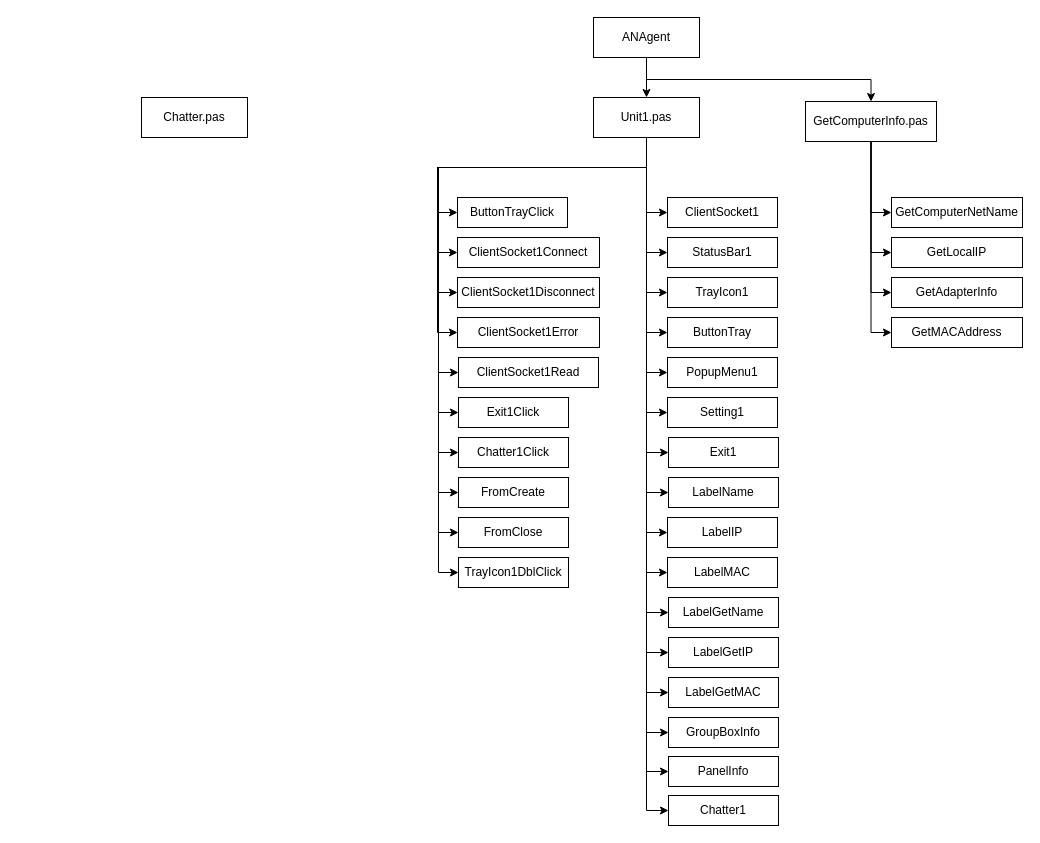
Before: page "Страница 1" (1 of 2) of Структура ПО.drawio in OhotnikovV/AvIS, a draw.io diagram. Source tidied: cells renumbered, new cells numbered last; positions are measured from the earlier drawing's top-left corner, leaving out a move shared by most shapes. Both pictures are drawn from the tidied source at 100%, with x=0, y=0 at pixel (141, 17).
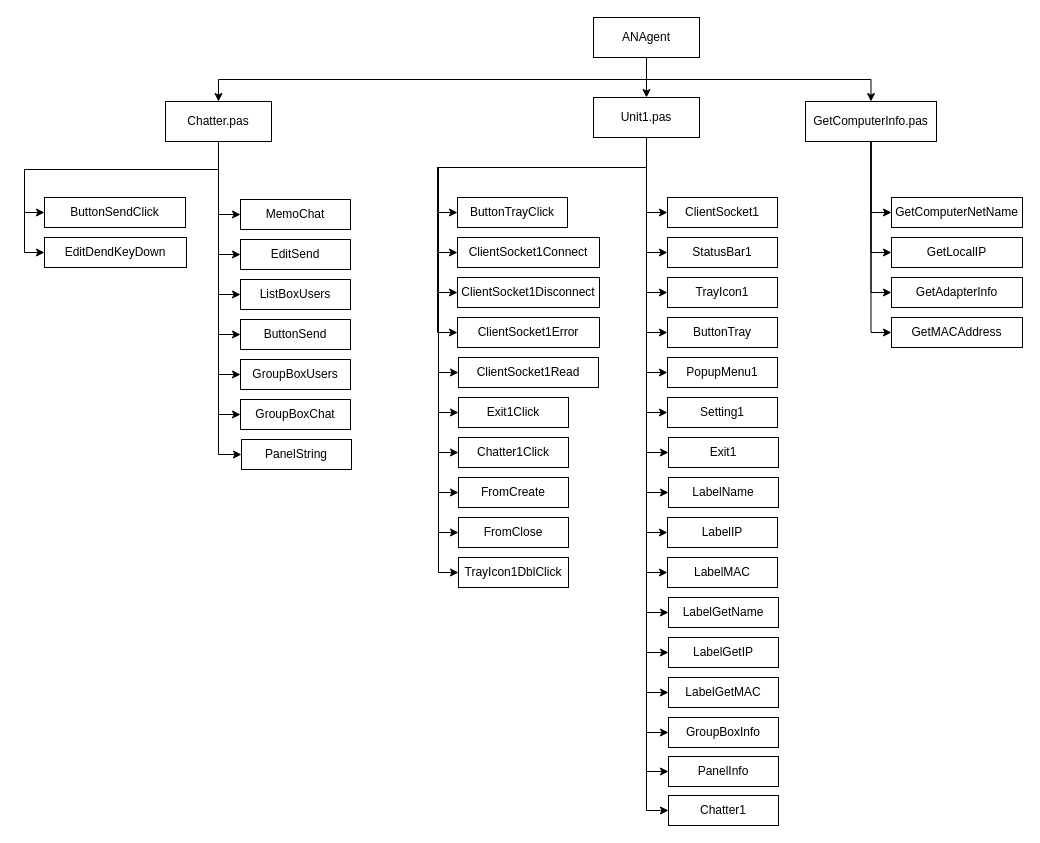
The same diagram, later.

The change refers to these unchanged cells:
```xml
<mxCell id="34" value="ANAgent" style="rounded=0;whiteSpace=wrap;html=1;" parent="1" vertex="1">
  <mxGeometry x="452" width="106" height="40" as="geometry" />
</mxCell>
```

What changed in the source:
```diff
@@
+    <mxCell id="68" style="edgeStyle=orthogonalEdgeStyle;rounded=0;jettySize=auto;html=1;exitX=0.5;exitY=1;exitDx=0;exitDy=0;entryX=0.5;entryY=0;entryDx=0;entryDy=0;" parent="1" edge="1" source="34" target="35">
+      <mxGeometry relative="1" as="geometry" />
+    </mxCell>
@@
+    <mxCell id="69" style="edgeStyle=orthogonalEdgeStyle;rounded=0;jettySize=auto;html=1;exitX=0.5;exitY=1;exitDx=0;exitDy=0;entryX=0;entryY=0.5;entryDx=0;entryDy=0;" parent="1" edge="1" source="35" target="80">
+      <mxGeometry relative="1" as="geometry" />
+    </mxCell>
+    <mxCell id="70" style="edgeStyle=orthogonalEdgeStyle;rounded=0;jettySize=auto;html=1;exitX=0.5;exitY=1;exitDx=0;exitDy=0;entryX=0;entryY=0.5;entryDx=0;entryDy=0;" parent="1" edge="1" source="35" target="81">
+      <mxGeometry relative="1" as="geometry" />
+    </mxCell>
+    <mxCell id="71" style="edgeStyle=orthogonalEdgeStyle;rounded=0;jettySize=auto;html=1;exitX=0.5;exitY=1;exitDx=0;exitDy=0;entryX=0;entryY=0.5;entryDx=0;entryDy=0;" parent="1" edge="1" source="35" target="82">
+      <mxGeometry relative="1" as="geometry" />
+    </mxCell>
+    <mxCell id="72" style="edgeStyle=orthogonalEdgeStyle;rounded=0;jettySize=auto;html=1;exitX=0.5;exitY=1;exitDx=0;exitDy=0;entryX=0;entryY=0.5;entryDx=0;entryDy=0;" parent="1" edge="1" source="35" target="83">
+      <mxGeometry relative="1" as="geometry" />
+    </mxCell>
+    <mxCell id="73" style="edgeStyle=orthogonalEdgeStyle;rounded=0;jettySize=auto;html=1;exitX=0.5;exitY=1;exitDx=0;exitDy=0;entryX=0;entryY=0.5;entryDx=0;entryDy=0;" parent="1" edge="1" source="35" target="84">
+      <mxGeometry relative="1" as="geometry" />
+    </mxCell>
+    <mxCell id="74" style="edgeStyle=orthogonalEdgeStyle;rounded=0;jettySize=auto;html=1;exitX=0.5;exitY=1;exitDx=0;exitDy=0;entryX=0;entryY=0.5;entryDx=0;entryDy=0;" parent="1" edge="1" source="35" target="85">
+      <mxGeometry relative="1" as="geometry" />
+    </mxCell>
+    <mxCell id="75" style="edgeStyle=orthogonalEdgeStyle;rounded=0;jettySize=auto;html=1;exitX=0.5;exitY=1;exitDx=0;exitDy=0;entryX=0;entryY=0.5;entryDx=0;entryDy=0;" parent="1" edge="1" source="35" target="86">
+      <mxGeometry relative="1" as="geometry" />
+    </mxCell>
+    <mxCell id="76" style="edgeStyle=orthogonalEdgeStyle;rounded=0;jettySize=auto;html=1;exitX=0.5;exitY=1;exitDx=0;exitDy=0;entryX=0;entryY=0.5;entryDx=0;entryDy=0;" parent="1" edge="1" source="35" target="78">
+      <mxGeometry relative="1" as="geometry" />
+    </mxCell>
+    <mxCell id="77" style="edgeStyle=orthogonalEdgeStyle;rounded=0;jettySize=auto;html=1;exitX=0.5;exitY=1;exitDx=0;exitDy=0;entryX=0;entryY=0.5;entryDx=0;entryDy=0;" parent="1" edge="1" source="35" target="79">
+      <mxGeometry relative="1" as="geometry">
+        <Array as="points">
+          <mxPoint x="77" y="152" />
+          <mxPoint x="-117" y="152" />
+          <mxPoint x="-117" y="235" />
+        </Array>
+      </mxGeometry>
+    </mxCell>
     <mxCell id="35" value="Chatter.pas" style="rounded=0;whiteSpace=wrap;html=1;" parent="1" vertex="1">
-      <mxGeometry y="80" width="106" height="40" as="geometry" />
+      <mxGeometry x="24" y="84" width="106" height="40" as="geometry" />
     </mxCell>
@@
+    <mxCell id="78" value="ButtonSendClick" style="rounded=0;whiteSpace=wrap;html=1;" parent="1" vertex="1">
+      <mxGeometry x="-97" y="180" width="141" height="30" as="geometry" />
+    </mxCell>
+    <mxCell id="79" value="EditDendKeyDown" style="rounded=0;whiteSpace=wrap;html=1;" parent="1" vertex="1">
+      <mxGeometry x="-97" y="220" width="142" height="30" as="geometry" />
+    </mxCell>
+    <mxCell id="80" value="MemoChat" style="rounded=0;whiteSpace=wrap;html=1;" parent="1" vertex="1">
+      <mxGeometry x="99" y="182" width="110" height="30" as="geometry" />
+    </mxCell>
+    <mxCell id="81" value="EditSend" style="rounded=0;whiteSpace=wrap;html=1;" parent="1" vertex="1">
+      <mxGeometry x="99" y="222" width="110" height="30" as="geometry" />
+    </mxCell>
+    <mxCell id="82" value="ListBoxUsers" style="rounded=0;whiteSpace=wrap;html=1;" parent="1" vertex="1">
+      <mxGeometry x="99" y="262" width="110" height="30" as="geometry" />
+    </mxCell>
+    <mxCell id="83" value="ButtonSend" style="rounded=0;whiteSpace=wrap;html=1;" parent="1" vertex="1">
+      <mxGeometry x="99" y="302" width="110" height="30" as="geometry" />
+    </mxCell>
+    <mxCell id="84" value="GroupBoxUsers" style="rounded=0;whiteSpace=wrap;html=1;" parent="1" vertex="1">
+      <mxGeometry x="99" y="342" width="110" height="30" as="geometry" />
+    </mxCell>
+    <mxCell id="85" value="GroupBoxChat" style="rounded=0;whiteSpace=wrap;html=1;" parent="1" vertex="1">
+      <mxGeometry x="99" y="382" width="110" height="30" as="geometry" />
+    </mxCell>
+    <mxCell id="86" value="PanelString" style="rounded=0;whiteSpace=wrap;html=1;" parent="1" vertex="1">
+      <mxGeometry x="100" y="422" width="110" height="30" as="geometry" />
+    </mxCell>
```
